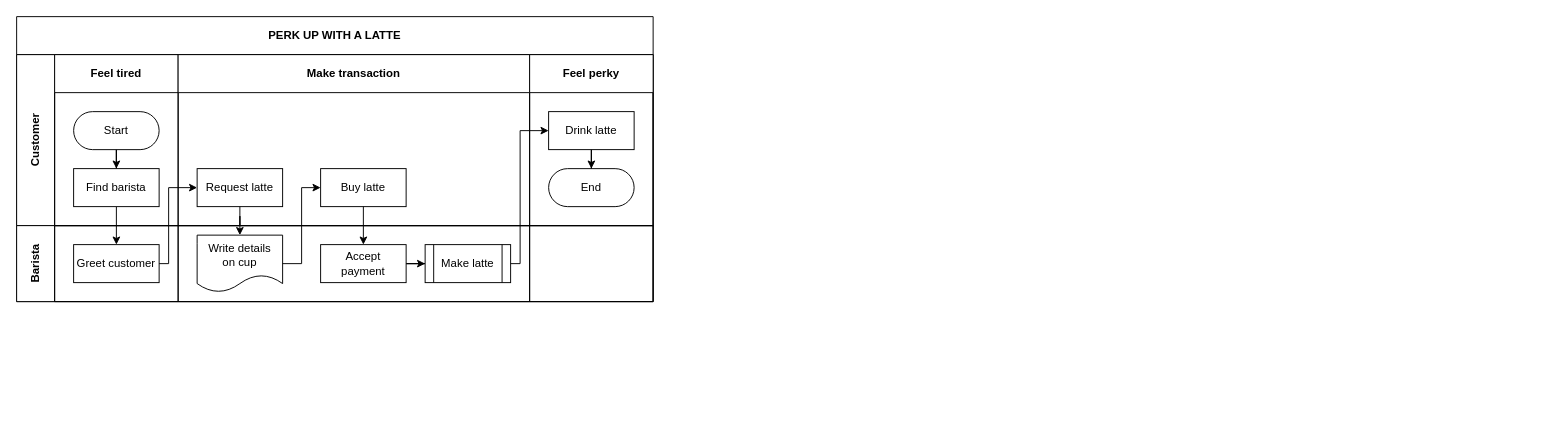
Before: Untitled Diagram.drawio in igorrenquin/roadmap, a draw.io diagram. Source tidied: cells renumbered, new cells numbered last; positions are measured from the earlier drawing's top-left corner, leaving out a move shared by most shapes. Both pictures are drawn from the tidied source at 95%, with x=0, y=0 at pixel (16, 16).
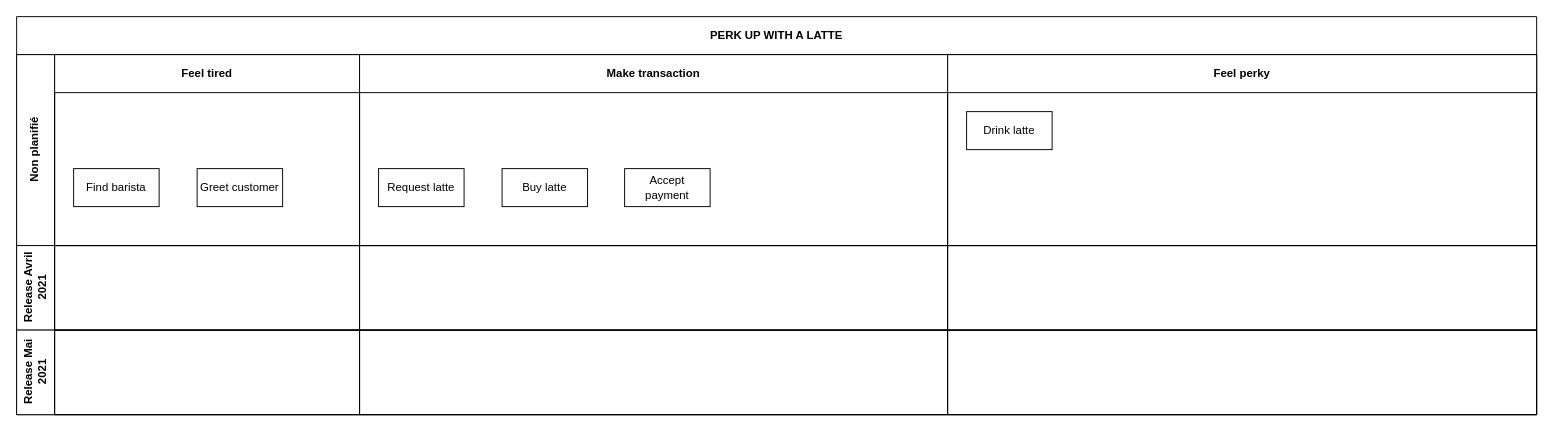
The same page after the edit.

The change refers to these unchanged cells:
```xml
<mxCell id="8" value="Find barista" style="rounded=0;whiteSpace=wrap;html=1;" parent="5" vertex="1">
  <mxGeometry x="20" y="120" width="90" height="40" as="geometry" />
</mxCell>
<mxCell id="10" value="Request latte" style="rounded=0;whiteSpace=wrap;html=1;" parent="9" vertex="1">
  <mxGeometry x="20" y="120" width="90" height="40" as="geometry" />
</mxCell>
<mxCell id="11" value="Buy latte" style="rounded=0;whiteSpace=wrap;html=1;" parent="9" vertex="1">
  <mxGeometry x="150" y="120" width="90" height="40" as="geometry" />
</mxCell>
<mxCell id="14" value="Drink latte" style="rounded=0;whiteSpace=wrap;html=1;" parent="12" vertex="1">
  <mxGeometry x="20" y="60" width="90" height="40" as="geometry" />
</mxCell>
```

Diff of the diagram source:
```diff
@@
     <mxCell id="2" value="PERK UP WITH A LATTE" style="shape=table;childLayout=tableLayout;rowLines=0;columnLines=0;startSize=40;html=1;whiteSpace=wrap;fontStyle=1;" parent="1" vertex="1">
-      <mxGeometry width="670" height="300" as="geometry" />
+      <mxGeometry width="1600" height="419" as="geometry" />
     </mxCell>
-    <mxCell id="3" style="edgeStyle=orthogonalEdgeStyle;rounded=0;jettySize=auto;html=1;" parent="2" edge="1" source="8" target="18">
-      <mxGeometry relative="1" as="geometry" />
-    </mxCell>
-    <mxCell id="4" value="Customer" style="swimlane;horizontal=0;startSize=40;html=1;whiteSpace=wrap;" parent="2" vertex="1">
-      <mxGeometry y="40" width="670" height="180" as="geometry" />
+    <mxCell id="4" value="Non planifié" style="swimlane;horizontal=0;startSize=40;html=1;whiteSpace=wrap;" parent="2" vertex="1">
+      <mxGeometry y="40" width="1600" height="201" as="geometry" />
     </mxCell>
     <mxCell id="5" value="Feel tired" style="swimlane;startSize=40;html=1;whiteSpace=wrap;" parent="4" vertex="1">
-      <mxGeometry x="40" width="130" height="180" as="geometry" />
+      <mxGeometry x="40" width="321" height="201" as="geometry" />
     </mxCell>
-    <mxCell id="6" style="edgeStyle=orthogonalEdgeStyle;rounded=0;jettySize=auto;html=1;" parent="5" edge="1" source="7" target="8">
-      <mxGeometry relative="1" as="geometry" />
-    </mxCell>
-    <mxCell id="7" value="Start" style="rounded=1;whiteSpace=wrap;html=1;arcSize=50;" parent="5" vertex="1">
-      <mxGeometry x="20" y="60" width="90" height="40" as="geometry" />
-    </mxCell>
@@
+    <mxCell id="18" value="Greet customer" style="rounded=0;whiteSpace=wrap;html=1;" parent="5" vertex="1">
+      <mxGeometry x="150" y="120" width="90" height="40" as="geometry" />
+    </mxCell>
     <mxCell id="9" value="Make transaction" style="swimlane;startSize=40;html=1;whiteSpace=wrap;" parent="4" vertex="1">
-      <mxGeometry x="170" width="370" height="180" as="geometry" />
+      <mxGeometry x="361" width="619" height="201" as="geometry" />
     </mxCell>
@@
+    <mxCell id="21" value="Accept&lt;br&gt;payment" style="rounded=0;whiteSpace=wrap;html=1;" parent="9" vertex="1">
+      <mxGeometry x="279" y="120" width="90" height="40" as="geometry" />
+    </mxCell>
     <mxCell id="12" value="Feel perky" style="swimlane;startSize=40;html=1;whiteSpace=wrap;" parent="4" vertex="1">
-      <mxGeometry x="540" width="130" height="180" as="geometry" />
+      <mxGeometry x="980" width="620" height="201" as="geometry" />
     </mxCell>
-    <mxCell id="13" style="edgeStyle=orthogonalEdgeStyle;rounded=0;jettySize=auto;html=1;" parent="12" edge="1" source="14" target="15">
-      <mxGeometry relative="1" as="geometry" />
-    </mxCell>
@@
-    <mxCell id="15" value="End" style="rounded=1;whiteSpace=wrap;html=1;arcSize=50;" parent="12" vertex="1">
-      <mxGeometry x="20" y="120" width="90" height="40" as="geometry" />
-    </mxCell>
-    <mxCell id="16" value="Barista" style="swimlane;horizontal=0;startSize=40;html=1;whiteSpace=wrap;" parent="2" vertex="1">
-      <mxGeometry y="220" width="670" height="80" as="geometry" />
+    <mxCell id="16" value="Release Avril 2021&lt;br&gt;" style="swimlane;horizontal=0;startSize=40;html=1;whiteSpace=wrap;" parent="2" vertex="1">
+      <mxGeometry y="241" width="1600" height="89" as="geometry" />
     </mxCell>
     <mxCell id="17" style="swimlane;startSize=0;html=1;whiteSpace=wrap;" parent="16" vertex="1">
-      <mxGeometry x="40" width="130" height="80" as="geometry" />
+      <mxGeometry x="40" width="321" height="89" as="geometry" />
     </mxCell>
-    <mxCell id="18" value="Greet customer" style="rounded=0;whiteSpace=wrap;html=1;" parent="17" vertex="1">
-      <mxGeometry x="20" y="20" width="90" height="40" as="geometry" />
-    </mxCell>
     <mxCell id="19" style="swimlane;startSize=0;html=1;whiteSpace=wrap;" parent="16" vertex="1">
-      <mxGeometry x="170" width="370" height="80" as="geometry" />
+      <mxGeometry x="361" width="619" height="89" as="geometry" />
     </mxCell>
-    <mxCell id="20" style="edgeStyle=orthogonalEdgeStyle;rounded=0;jettySize=auto;html=1;" parent="19" edge="1" source="21" target="23">
-      <mxGeometry relative="1" as="geometry" />
-    </mxCell>
-    <mxCell id="21" value="Accept&lt;br&gt;payment" style="rounded=0;whiteSpace=wrap;html=1;" parent="19" vertex="1">
-      <mxGeometry x="150" y="20" width="90" height="40" as="geometry" />
-    </mxCell>
-    <mxCell id="22" value="Write details&lt;br&gt;on cup" style="shape=document;whiteSpace=wrap;html=1;boundedLbl=1;" parent="19" vertex="1">
-      <mxGeometry x="20" y="10" width="90" height="60" as="geometry" />
-    </mxCell>
-    <mxCell id="23" value="Make latte" style="shape=process;whiteSpace=wrap;html=1;backgroundOutline=1;" parent="19" vertex="1">
-      <mxGeometry x="260" y="20" width="90" height="40" as="geometry" />
-    </mxCell>
     <mxCell id="24" style="swimlane;startSize=0;html=1;whiteSpace=wrap;" parent="16" vertex="1">
-      <mxGeometry x="540" width="130" height="80" as="geometry" />
+      <mxGeometry x="980" width="620" height="89" as="geometry" />
     </mxCell>
-    <mxCell id="25" style="edgeStyle=orthogonalEdgeStyle;rounded=0;jettySize=auto;html=1;" parent="2" edge="1" source="18" target="10">
-      <mxGeometry relative="1" as="geometry">
-        <Array as="points">
-          <mxPoint x="160" y="260" />
-          <mxPoint x="160" y="180" />
-        </Array>
-      </mxGeometry>
-    </mxCell>
-    <mxCell id="26" style="edgeStyle=orthogonalEdgeStyle;rounded=0;jettySize=auto;html=1;" parent="2" edge="1" source="10" target="22">
-      <mxGeometry relative="1" as="geometry" />
-    </mxCell>
-    <mxCell id="27" style="edgeStyle=orthogonalEdgeStyle;rounded=0;jettySize=auto;html=1;" parent="2" edge="1" source="22" target="11">
-      <mxGeometry relative="1" as="geometry">
-        <Array as="points">
-          <mxPoint x="300" y="260" />
-          <mxPoint x="300" y="180" />
-        </Array>
-      </mxGeometry>
-    </mxCell>
-    <mxCell id="28" style="edgeStyle=orthogonalEdgeStyle;rounded=0;jettySize=auto;html=1;" parent="2" edge="1" source="11" target="21">
-      <mxGeometry relative="1" as="geometry" />
-    </mxCell>
-    <mxCell id="29" style="edgeStyle=orthogonalEdgeStyle;rounded=0;jettySize=auto;html=1;" parent="2" edge="1" source="23" target="14">
-      <mxGeometry relative="1" as="geometry">
-        <Array as="points">
-          <mxPoint x="530" y="260" />
-          <mxPoint x="530" y="120" />
-        </Array>
-      </mxGeometry>
-    </mxCell>
+    <mxCell id="30" value="Release Mai 2021" style="swimlane;horizontal=0;startSize=40;html=1;whiteSpace=wrap;" parent="2" vertex="1">
+      <mxGeometry y="330" width="1600" height="89" as="geometry" />
+    </mxCell>
+    <mxCell id="31" style="swimlane;startSize=0;html=1;whiteSpace=wrap;" parent="30" vertex="1">
+      <mxGeometry x="40" width="321" height="89" as="geometry" />
+    </mxCell>
+    <mxCell id="32" style="swimlane;startSize=0;html=1;whiteSpace=wrap;" parent="30" vertex="1">
+      <mxGeometry x="361" width="619" height="89" as="geometry" />
+    </mxCell>
+    <mxCell id="33" style="swimlane;startSize=0;html=1;whiteSpace=wrap;" parent="30" vertex="1">
+      <mxGeometry x="980" width="620" height="89" as="geometry" />
+    </mxCell>
```
